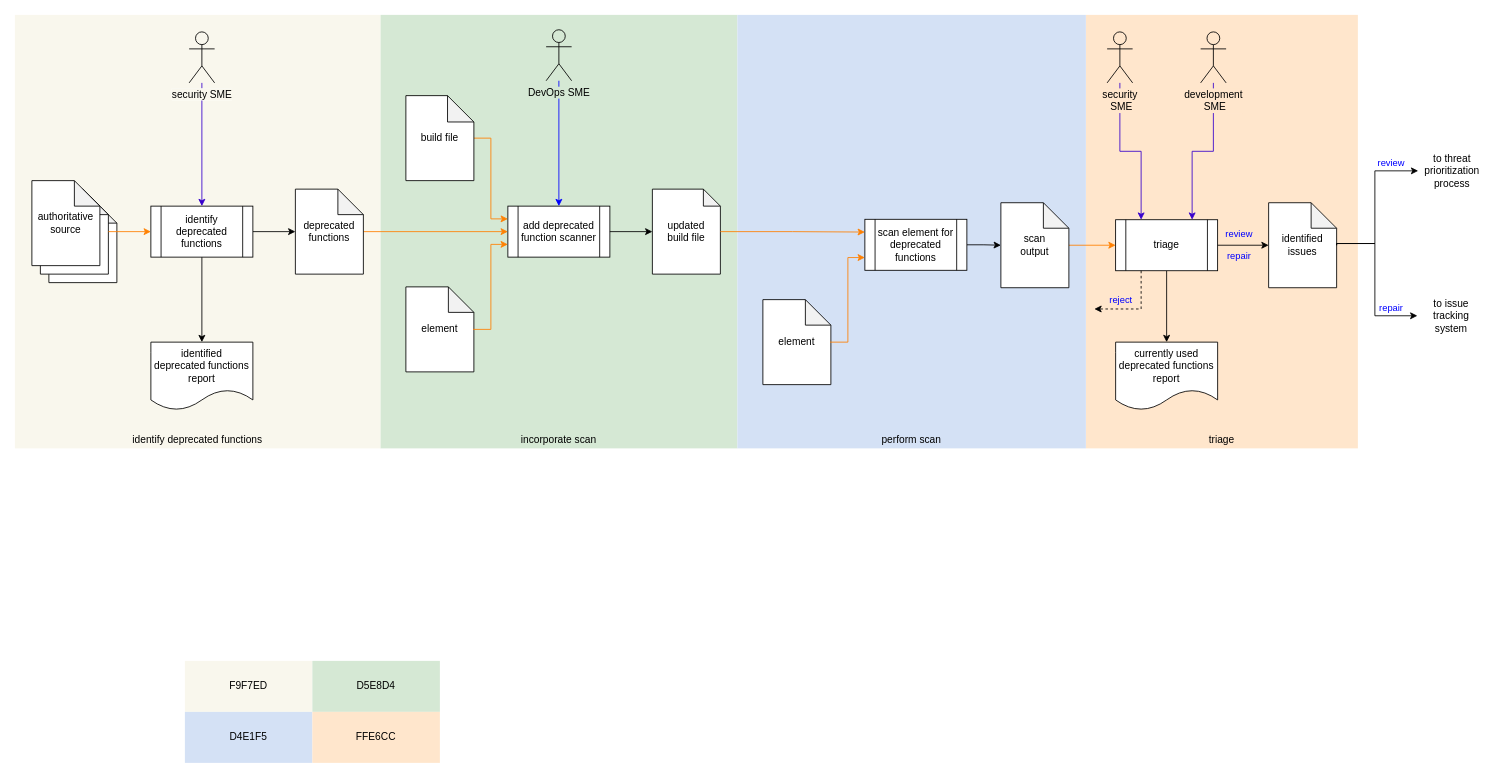
AVCDL/AVCDL keeps this draw.io diagram as source/reference_documents/secondary_documents/implementation phase/Currently Used Deprecated Functions Document/images/source/currently used deprecated functions document workflow.drawio. Above is the earlier version. Source tidied: cells renumbered, new cells numbered last; positions are measured from the earlier drawing's top-left corner, leaving out a move shared by most shapes. Both pictures are drawn from the tidied source at 85%, with x=0, y=0 at pixel (14, 14).
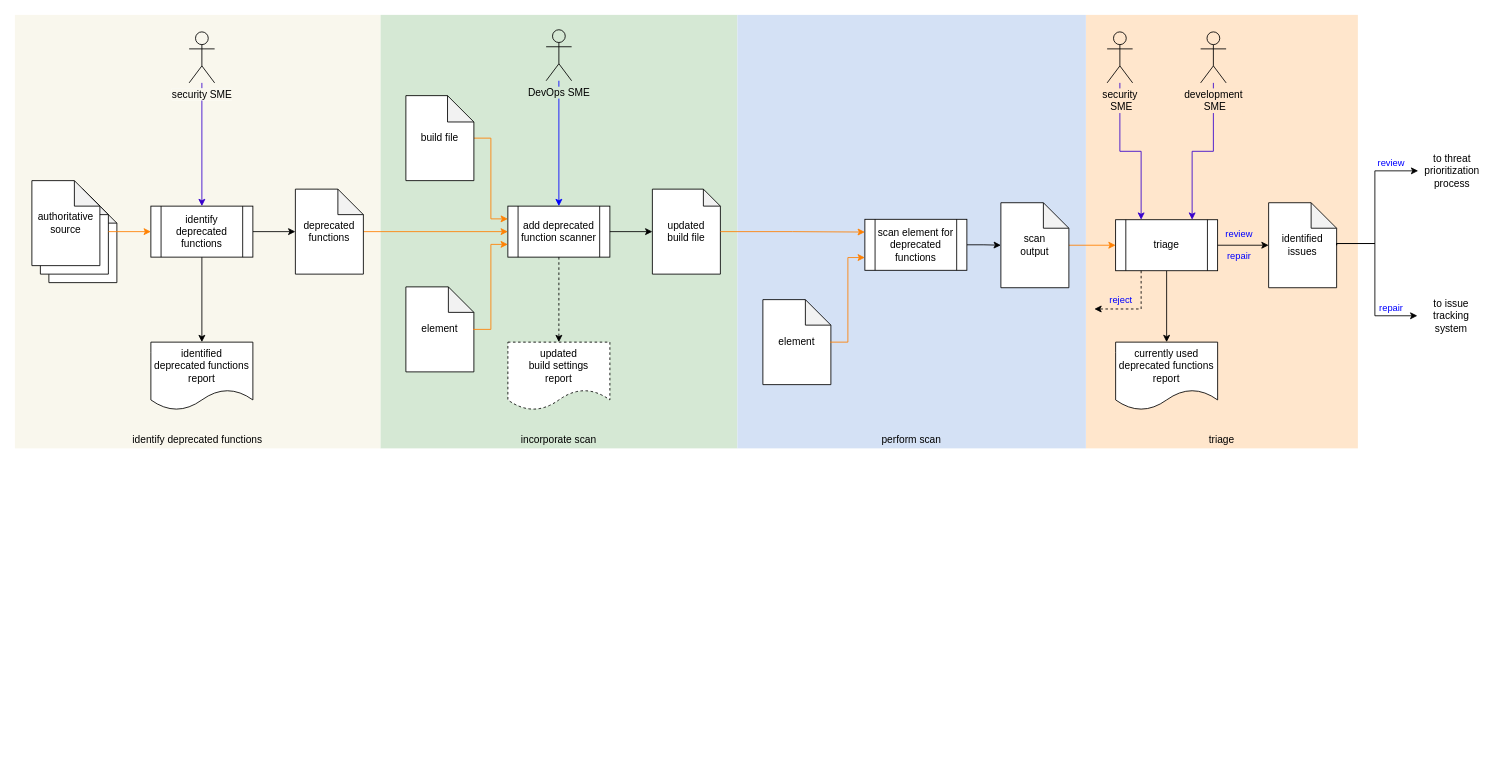
Above is the later version.

Unchanged cells that the change refers to:
```xml
<mxCell id="23" value="add deprecated function scanner" style="shape=process;whiteSpace=wrap;html=1;backgroundOutline=1;" parent="1" vertex="1">
  <mxGeometry x="580" y="225" width="120" height="60" as="geometry" />
</mxCell>
```

What changed in the source:
```diff
@@
-    <mxCell id="55" parent="0" />
-    <mxCell id="56" value="F9F7ED" style="text;html=1;align=center;verticalAlign=middle;whiteSpace=wrap;rounded=0;fillColor=#F9F7ED;" parent="55" vertex="1">
-      <mxGeometry x="200" y="760" width="150" height="60" as="geometry" />
-    </mxCell>
-    <mxCell id="57" value="D5E8D4" style="text;html=1;align=center;verticalAlign=middle;whiteSpace=wrap;rounded=0;fillColor=#D5E8D4;" parent="55" vertex="1">
-      <mxGeometry x="350" y="760" width="150" height="60" as="geometry" />
-    </mxCell>
-    <mxCell id="58" value="D4E1F5" style="text;html=1;align=center;verticalAlign=middle;whiteSpace=wrap;rounded=0;fillColor=#D4E1F5;" parent="55" vertex="1">
-      <mxGeometry x="200" y="820" width="150" height="60" as="geometry" />
-    </mxCell>
-    <mxCell id="59" value="FFE6CC" style="text;html=1;align=center;verticalAlign=middle;whiteSpace=wrap;rounded=0;fillColor=#FFE6CC;" parent="55" vertex="1">
-      <mxGeometry x="350" y="820" width="150" height="60" as="geometry" />
-    </mxCell>
+    <mxCell id="60" value="&lt;div&gt;updated&lt;/div&gt;&lt;div&gt;build settings&lt;br&gt;report&lt;/div&gt;" style="shape=document;whiteSpace=wrap;html=1;boundedLbl=1;dashed=1;" parent="1" vertex="1">
+      <mxGeometry x="580" y="385" width="120" height="80" as="geometry" />
+    </mxCell>
+    <mxCell id="61" style="edgeStyle=orthogonalEdgeStyle;rounded=0;jettySize=auto;html=1;entryX=0.5;entryY=0;entryDx=0;entryDy=0;exitX=0.5;exitY=1;exitDx=0;exitDy=0;dashed=1;" parent="1" edge="1" source="23" target="60">
+      <mxGeometry relative="1" as="geometry" />
+    </mxCell>
```
